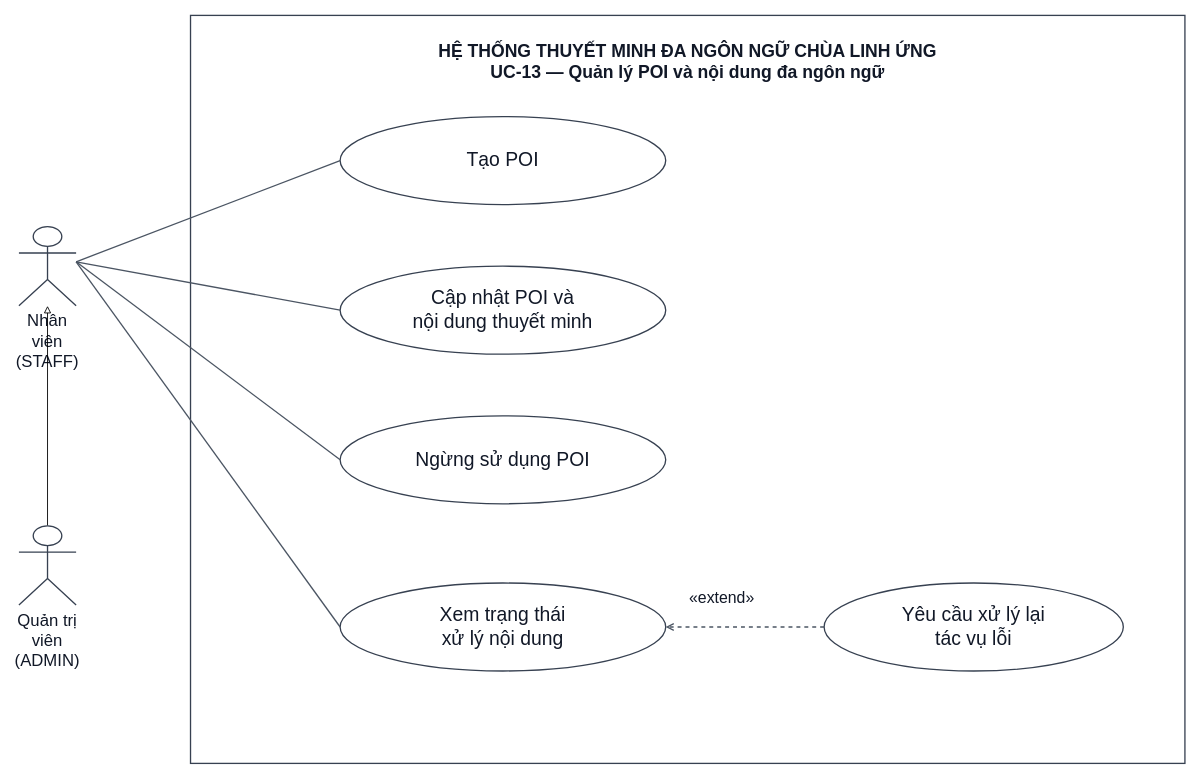
Earlier version of the draw.io diagram docs/diagram/use case/UC-13_Use-Case.drawio (Kazuken123/prj_sgu26_cnpm). Source tidied: cells renumbered, new cells numbered last; positions are measured from the earlier drawing's top-left corner, leaving out a move shared by most shapes. Both pictures are drawn from the tidied source at 88%, with x=0, y=0 at pixel (18, 15).
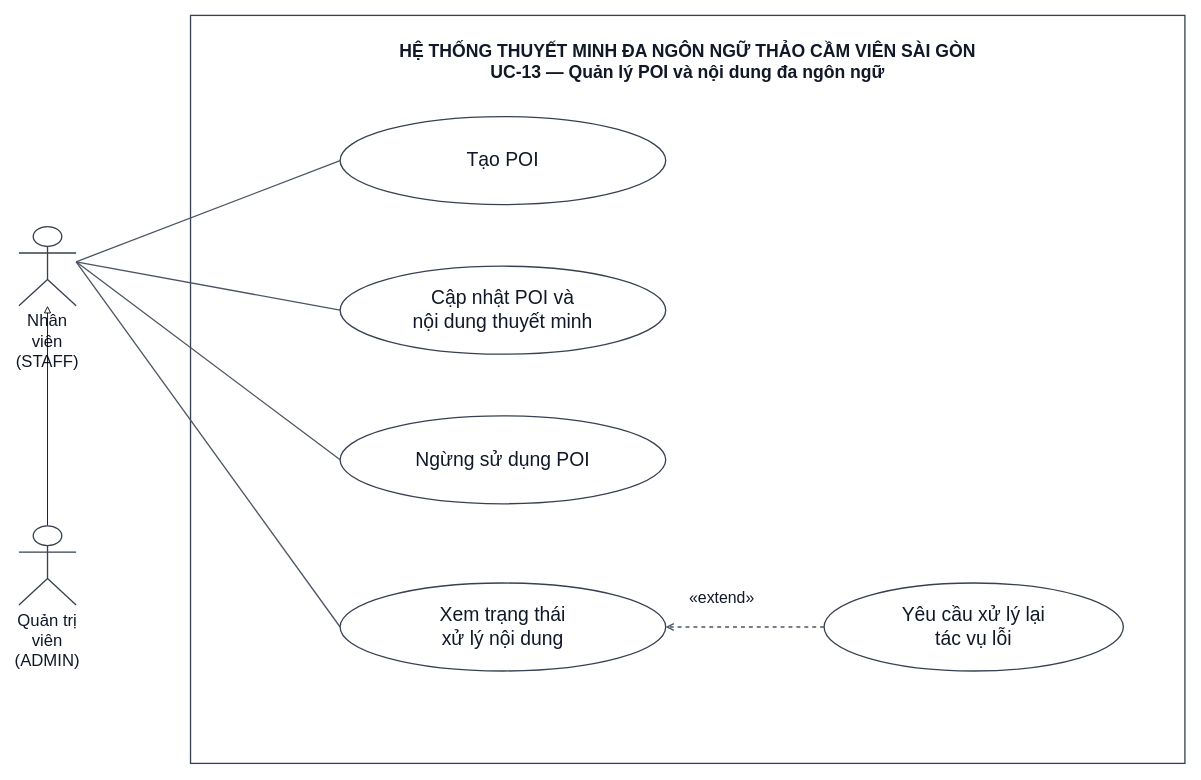
Above is the later version.

What changed in the source:
```diff
@@
 <mxGraphModel>
   <root>
     <mxCell id="0" />
     <mxCell id="1" parent="0" />
-    <mxCell id="2" value="HỆ THỐNG THUYẾT MINH ĐA NGÔN NGỮ CHÙA LINH ỨNG&lt;br&gt;UC-13 — Quản lý POI và nội dung đa ngôn ngữ" style="html=1;whiteSpace=wrap;fontFamily=Arial;fontSize=20;fontColor=#111827;strokeColor=#374151;fillColor=#FFFFFF;strokeWidth=1.5;rounded=0;verticalAlign=top;spacingTop=22;fontStyle=1;fillColor=none;" parent="1" vertex="1">
+    <mxCell id="2" value="HỆ THỐNG THUYẾT MINH ĐA NGÔN NGỮ THẢO CẦM VIÊN SÀI GÒN&lt;br&gt;UC-13 — Quản lý POI và nội dung đa ngôn ngữ" style="html=1;whiteSpace=wrap;fontFamily=Arial;fontSize=20;fontColor=#111827;strokeColor=#374151;fillColor=#FFFFFF;strokeWidth=1.5;rounded=0;verticalAlign=top;spacingTop=22;fontStyle=1;fillColor=none;" parent="1" vertex="1">
       <mxGeometry x="195" width="1130" height="850" as="geometry" />
     </mxCell>
     <mxCell id="3" value="Nhân viên&lt;br&gt;(STAFF)" style="html=1;whiteSpace=wrap;fontFamily=Arial;fontSize=19;fontColor=#111827;strokeColor=#374151;fillColor=#FFFFFF;strokeWidth=1.5;shape=umlActor;verticalLabelPosition=bottom;verticalAlign=top;" parent="1" vertex="1">
       <mxGeometry y="240" width="65" height="90" as="geometry" />
     </mxCell>
     <mxCell id="4" style="edgeStyle=orthogonalEdgeStyle;rounded=0;jettySize=auto;html=1;endArrow=block;endFill=0;" parent="1" edge="1" source="5" target="3">
       <mxGeometry relative="1" as="geometry" />
     </mxCell>
     <mxCell id="5" value="Quản trị viên&lt;br&gt;(ADMIN)" style="html=1;whiteSpace=wrap;fontFamily=Arial;fontSize=19;fontColor=#111827;strokeColor=#374151;fillColor=#FFFFFF;strokeWidth=1.5;shape=umlActor;verticalLabelPosition=bottom;verticalAlign=top;" parent="1" vertex="1">
       <mxGeometry y="580" width="65" height="90" as="geometry" />
     </mxCell>
     <mxCell id="6" value="Tạo POI" style="html=1;whiteSpace=wrap;fontFamily=Arial;fontSize=22;fontColor=#111827;strokeColor=#374151;fillColor=#FFFFFF;strokeWidth=1.5;ellipse;" parent="1" vertex="1">
       <mxGeometry x="365" y="115" width="370" height="100" as="geometry" />
     </mxCell>
     <mxCell id="7" style="html=1;rounded=0;endArrow=none;endFill=1;strokeColor=#4B5563;strokeWidth=1.5;fontFamily=Arial;fontSize=17;exitX=1.0;exitY=0.4444444444444444;exitPerimeter=0;entryX=0.0;entryY=0.5;entryPerimeter=0;" parent="1" edge="1" source="3" target="6">
       <mxGeometry relative="1" as="geometry" />
     </mxCell>
     <mxCell id="8" value="Cập nhật POI và&lt;br&gt;nội dung thuyết minh" style="html=1;whiteSpace=wrap;fontFamily=Arial;fontSize=22;fontColor=#111827;strokeColor=#374151;fillColor=#FFFFFF;strokeWidth=1.5;ellipse;" parent="1" vertex="1">
       <mxGeometry x="365" y="285" width="370" height="100" as="geometry" />
     </mxCell>
     <mxCell id="9" style="html=1;rounded=0;endArrow=none;endFill=1;strokeColor=#4B5563;strokeWidth=1.5;fontFamily=Arial;fontSize=17;exitX=1.0;exitY=0.4444444444444444;exitPerimeter=0;entryX=0.0;entryY=0.5;entryPerimeter=0;" parent="1" edge="1" source="3" target="8">
       <mxGeometry relative="1" as="geometry" />
     </mxCell>
     <mxCell id="10" value="Ngừng sử dụng POI" style="html=1;whiteSpace=wrap;fontFamily=Arial;fontSize=22;fontColor=#111827;strokeColor=#374151;fillColor=#FFFFFF;strokeWidth=1.5;ellipse;" parent="1" vertex="1">
       <mxGeometry x="365" y="455" width="370" height="100" as="geometry" />
     </mxCell>
     <mxCell id="11" style="html=1;rounded=0;endArrow=none;endFill=1;strokeColor=#4B5563;strokeWidth=1.5;fontFamily=Arial;fontSize=17;exitX=1.0;exitY=0.4444444444444444;exitPerimeter=0;entryX=0.0;entryY=0.5;entryPerimeter=0;" parent="1" edge="1" source="3" target="10">
       <mxGeometry relative="1" as="geometry" />
     </mxCell>
     <mxCell id="12" value="Xem trạng thái&lt;br&gt;xử lý nội dung" style="html=1;whiteSpace=wrap;fontFamily=Arial;fontSize=22;fontColor=#111827;strokeColor=#374151;fillColor=#FFFFFF;strokeWidth=1.5;ellipse;" parent="1" vertex="1">
       <mxGeometry x="365" y="645" width="370" height="100" as="geometry" />
     </mxCell>
     <mxCell id="13" style="html=1;rounded=0;endArrow=none;endFill=1;strokeColor=#4B5563;strokeWidth=1.5;fontFamily=Arial;fontSize=17;exitX=1.0;exitY=0.4444444444444444;exitPerimeter=0;entryX=0.0;entryY=0.5;entryPerimeter=0;" parent="1" edge="1" source="3" target="12">
       <mxGeometry relative="1" as="geometry" />
     </mxCell>
     <mxCell id="14" value="Yêu cầu xử lý lại&lt;br&gt;tác vụ lỗi" style="html=1;whiteSpace=wrap;fontFamily=Arial;fontSize=22;fontColor=#111827;strokeColor=#374151;fillColor=#FFFFFF;strokeWidth=1.5;ellipse;" parent="1" vertex="1">
       <mxGeometry x="915" y="645" width="340" height="100" as="geometry" />
     </mxCell>
     <mxCell id="15" style="html=1;rounded=0;endArrow=open;endFill=0;strokeColor=#4B5563;strokeWidth=1.5;fontFamily=Arial;fontSize=17;exitX=0.0;exitY=0.5;exitPerimeter=0;entryX=1.0;entryY=0.5;entryPerimeter=0;dashed=1;" parent="1" edge="1" source="14" target="12">
       <mxGeometry relative="1" as="geometry" />
     </mxCell>
     <mxCell id="16" value="«extend»" style="html=1;whiteSpace=wrap;fontFamily=Arial;fontSize=18;fontColor=#111827;strokeColor=#374151;fillColor=#FFFFFF;strokeWidth=1.5;text;strokeColor=none;fillColor=none;" parent="1" vertex="1">
       <mxGeometry x="760" y="645" width="130" height="35" as="geometry" />
     </mxCell>
   </root>
 </mxGraphModel>
```
